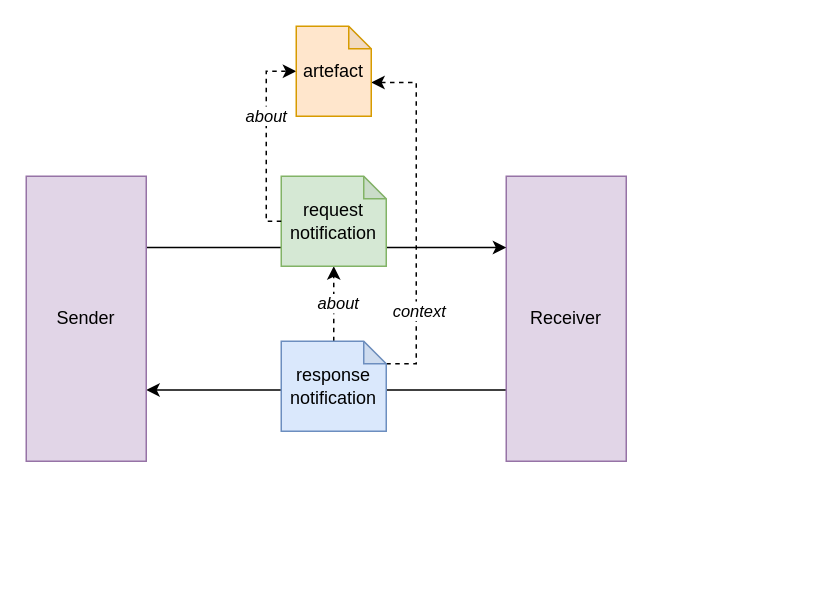
The draw.io diagram page "request-response" (2 of 2) of diagrams/one-way.drawio in MellonScholarlyCommunication/spec-notifications, before the edit. Source tidied: cells renumbered, new cells numbered last; positions are measured from the earlier drawing's top-left corner, leaving out a move shared by most shapes. Both pictures are drawn from the tidied source at 150%, with x=0, y=0 at pixel (26, 26).
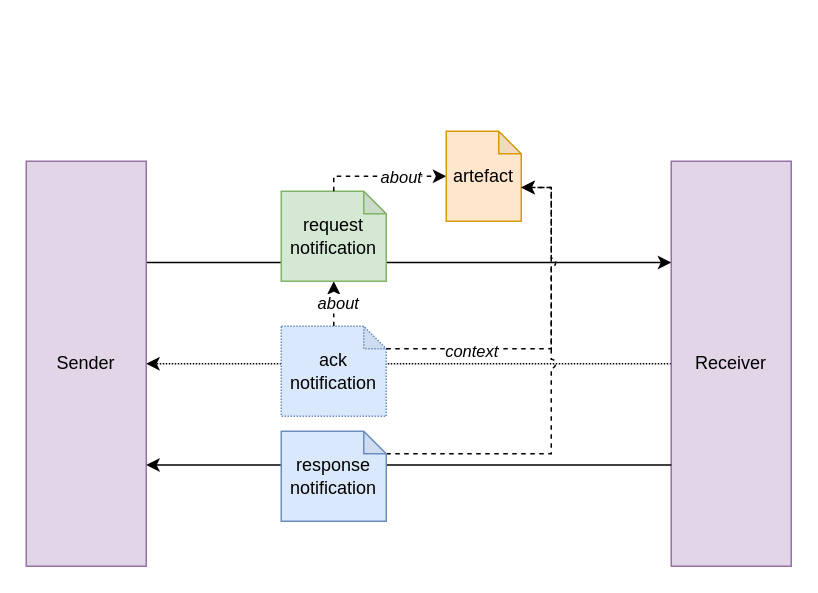
The same page after the edit.

Change to the diagram source:
```diff
@@
 <mxGraphModel>
   <root>
     <mxCell id="0" />
     <mxCell id="1" parent="0" />
-    <mxCell id="2" style="edgeStyle=orthogonalEdgeStyle;rounded=0;jettySize=auto;html=1;exitX=0;exitY=0.75;exitDx=0;exitDy=0;entryX=1;entryY=0.75;entryDx=0;entryDy=0;" parent="1" edge="1" source="3" target="5">
+    <mxCell id="2" style="edgeStyle=orthogonalEdgeStyle;rounded=0;jettySize=auto;html=1;exitX=0;exitY=0.5;exitDx=0;exitDy=0;entryX=1;entryY=0.5;entryDx=0;entryDy=0;dashed=1;dashPattern=1 1;" parent="1" edge="1" source="3" target="5">
       <mxGeometry relative="1" as="geometry" />
     </mxCell>
     <mxCell id="3" value="Receiver" style="rounded=0;whiteSpace=wrap;html=1;fillColor=#e1d5e7;strokeColor=#9673a6;" parent="1" vertex="1">
-      <mxGeometry x="320" y="100" width="80" height="190" as="geometry" />
+      <mxGeometry x="430" y="90" width="80" height="270" as="geometry" />
     </mxCell>
     <mxCell id="4" style="edgeStyle=orthogonalEdgeStyle;rounded=0;jettySize=auto;html=1;exitX=1;exitY=0.25;exitDx=0;exitDy=0;entryX=0;entryY=0.25;entryDx=0;entryDy=0;" parent="1" edge="1" source="5" target="3">
       <mxGeometry relative="1" as="geometry" />
     </mxCell>
     <mxCell id="5" value="Sender" style="rounded=0;whiteSpace=wrap;html=1;fillColor=#e1d5e7;strokeColor=#9673a6;" parent="1" vertex="1">
-      <mxGeometry y="100" width="80" height="190" as="geometry" />
+      <mxGeometry y="90" width="80" height="270" as="geometry" />
     </mxCell>
     <mxCell id="6" style="edgeStyle=orthogonalEdgeStyle;rounded=0;jettySize=auto;html=1;exitX=0.5;exitY=0;exitDx=0;exitDy=0;exitPerimeter=0;entryX=0.5;entryY=1;entryDx=0;entryDy=0;entryPerimeter=0;dashed=1;" parent="1" edge="1" source="11" target="8">
       <mxGeometry relative="1" as="geometry" />
     </mxCell>
     <mxCell id="7" value="about" style="edgeLabel;html=1;align=center;verticalAlign=middle;fontStyle=2;" parent="6" vertex="1">
       <mxGeometry x="0.05" y="-2" relative="1" as="geometry" />
     </mxCell>
     <mxCell id="8" value="request&lt;br&gt;notification" style="shape=note;whiteSpace=wrap;html=1;backgroundOutline=1;darkOpacity=0.05;size=15;labelPosition=center;verticalLabelPosition=middle;align=center;verticalAlign=middle;fillColor=#d5e8d4;strokeColor=#82b366;" parent="1" vertex="1">
-      <mxGeometry x="170" y="100" width="70" height="60" as="geometry" />
+      <mxGeometry x="170" y="110" width="70" height="60" as="geometry" />
     </mxCell>
-    <mxCell id="9" style="edgeStyle=orthogonalEdgeStyle;rounded=0;jettySize=auto;html=1;exitX=0;exitY=0;exitDx=70;exitDy=15;exitPerimeter=0;entryX=0;entryY=0;entryDx=50;entryDy=37.5;entryPerimeter=0;dashed=1;" parent="1" edge="1" source="11" target="14">
-      <mxGeometry relative="1" as="geometry" />
-    </mxCell>
-    <mxCell id="10" value="context" style="edgeLabel;html=1;align=center;verticalAlign=middle;fontStyle=2;" parent="9" vertex="1">
-      <mxGeometry x="-0.53" y="-1" relative="1" as="geometry" />
-    </mxCell>
-    <mxCell id="11" value="response&lt;br&gt;notification" style="shape=note;whiteSpace=wrap;html=1;backgroundOutline=1;darkOpacity=0.05;size=15;labelPosition=center;verticalLabelPosition=middle;align=center;verticalAlign=middle;fillColor=#dae8fc;strokeColor=#6c8ebf;" parent="1" vertex="1">
-      <mxGeometry x="170" y="210" width="70" height="60" as="geometry" />
+    <mxCell id="11" value="ack&lt;br&gt;notification" style="shape=note;whiteSpace=wrap;html=1;backgroundOutline=1;darkOpacity=0.05;size=15;labelPosition=center;verticalLabelPosition=middle;align=center;verticalAlign=middle;fillColor=#dae8fc;strokeColor=#6c8ebf;dashed=1;dashPattern=1 1;" parent="1" vertex="1">
+      <mxGeometry x="170" y="200" width="70" height="60" as="geometry" />
     </mxCell>
-    <mxCell id="12" style="edgeStyle=orthogonalEdgeStyle;rounded=0;jettySize=auto;html=1;entryX=0;entryY=0.5;entryDx=0;entryDy=0;entryPerimeter=0;dashed=1;" parent="1" edge="1" source="8" target="14">
+    <mxCell id="12" style="edgeStyle=orthogonalEdgeStyle;rounded=0;jettySize=auto;html=1;entryX=0;entryY=0.5;entryDx=0;entryDy=0;entryPerimeter=0;dashed=1;exitX=0.5;exitY=0;exitDx=0;exitDy=0;exitPerimeter=0;" parent="1" edge="1" source="8" target="14">
       <mxGeometry relative="1" as="geometry">
         <Array as="points">
-          <mxPoint x="160" y="130" />
-          <mxPoint x="160" y="30" />
+          <mxPoint x="205" y="100" />
         </Array>
       </mxGeometry>
     </mxCell>
     <mxCell id="13" value="about" style="edgeLabel;html=1;align=center;verticalAlign=middle;fontStyle=2;" parent="12" vertex="1">
       <mxGeometry x="0.26" y="1" relative="1" as="geometry">
         <mxPoint y="1" as="offset" />
       </mxGeometry>
     </mxCell>
     <mxCell id="14" value="artefact" style="shape=note;whiteSpace=wrap;html=1;backgroundOutline=1;darkOpacity=0.05;size=15;labelPosition=center;verticalLabelPosition=middle;align=center;verticalAlign=middle;fillColor=#ffe6cc;strokeColor=#d79b00;" parent="1" vertex="1">
-      <mxGeometry x="180" width="50" height="60" as="geometry" />
+      <mxGeometry x="280" y="70" width="50" height="60" as="geometry" />
     </mxCell>
+    <mxCell id="15" style="edgeStyle=orthogonalEdgeStyle;rounded=0;jettySize=auto;html=1;exitX=0;exitY=0.75;exitDx=0;exitDy=0;entryX=1;entryY=0.75;entryDx=0;entryDy=0;startArrow=none;" parent="1" edge="1" source="3" target="5">
+      <mxGeometry relative="1" as="geometry" />
+    </mxCell>
+    <mxCell id="16" style="edgeStyle=orthogonalEdgeStyle;rounded=0;jettySize=auto;html=1;exitX=0;exitY=0;exitDx=70;exitDy=15;exitPerimeter=0;entryX=0;entryY=0;entryDx=50;entryDy=37.5;entryPerimeter=0;dashed=1;jumpStyle=arc;" parent="1" edge="1" source="17" target="14">
+      <mxGeometry relative="1" as="geometry" />
+    </mxCell>
+    <mxCell id="9" style="edgeStyle=orthogonalEdgeStyle;rounded=0;jettySize=auto;html=1;exitX=0;exitY=0;exitDx=70;exitDy=15;exitPerimeter=0;entryX=0;entryY=0;entryDx=50;entryDy=37.5;entryPerimeter=0;dashed=1;" parent="1" edge="1" source="11" target="14">
+      <mxGeometry relative="1" as="geometry" />
+    </mxCell>
+    <mxCell id="10" value="context" style="edgeLabel;html=1;align=center;verticalAlign=middle;fontStyle=2;" parent="9" vertex="1">
+      <mxGeometry x="-0.53" y="-1" relative="1" as="geometry" />
+    </mxCell>
+    <mxCell id="17" value="response&lt;br&gt;notification" style="shape=note;whiteSpace=wrap;html=1;backgroundOutline=1;darkOpacity=0.05;size=15;labelPosition=center;verticalLabelPosition=middle;align=center;verticalAlign=middle;fillColor=#dae8fc;strokeColor=#6c8ebf;" parent="1" vertex="1">
+      <mxGeometry x="170" y="270" width="70" height="60" as="geometry" />
+    </mxCell>
   </root>
 </mxGraphModel>
```
